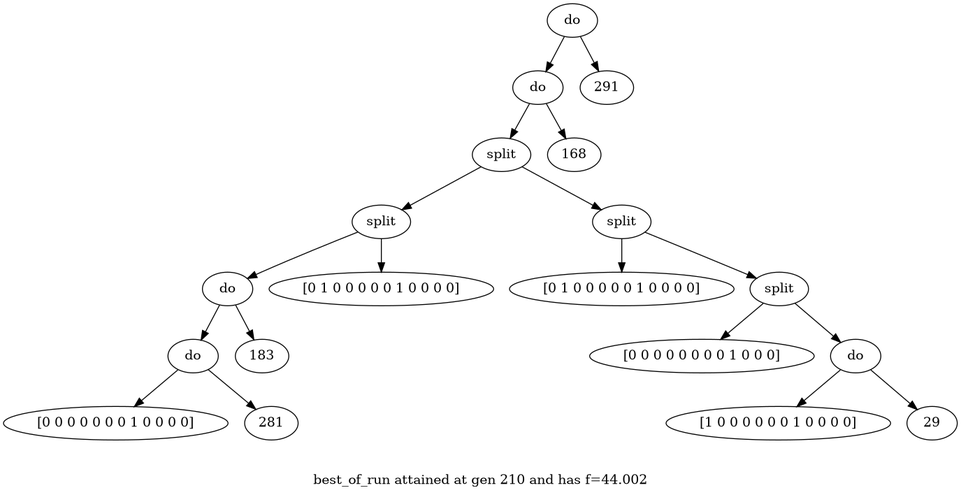
This is best_of_run_V2.gv.png from BryanAnderson2019/dissertation, a Graphviz export, as it was before one commit. Its source is kept beside it as best_of_run_V2.gv. The source it was exported from:
```dot
digraph {
	graph [label="

best_of_run attained at gen 210 and has f=44.002"]
	0 [label=do]
	0 -> 1
	1 [label=do]
	1 -> 2
	2 [label=split]
	2 -> 3
	3 [label=split]
	3 -> 4
	4 [label=do]
	4 -> 5
	5 [label=do]
	5 -> 6
	6 [label="[0 0 0 0 0 0 0 1 0 0 0 0]"]
	5 -> 7
	7 [label=281]
	4 -> 8
	8 [label=183]
	3 -> 9
	9 [label="[0 1 0 0 0 0 0 1 0 0 0 0]"]
	2 -> 10
	10 [label=split]
	10 -> 11
	11 [label="[0 1 0 0 0 0 0 1 0 0 0 0]"]
	10 -> 12
	12 [label=split]
	12 -> 13
	13 [label="[0 0 0 0 0 0 0 0 1 0 0 0]"]
	12 -> 14
	14 [label=do]
	14 -> 15
	15 [label="[1 0 0 0 0 0 0 1 0 0 0 0]"]
	14 -> 16
	16 [label=29]
	1 -> 17
	17 [label=168]
	0 -> 18
	18 [label=291]
}
```
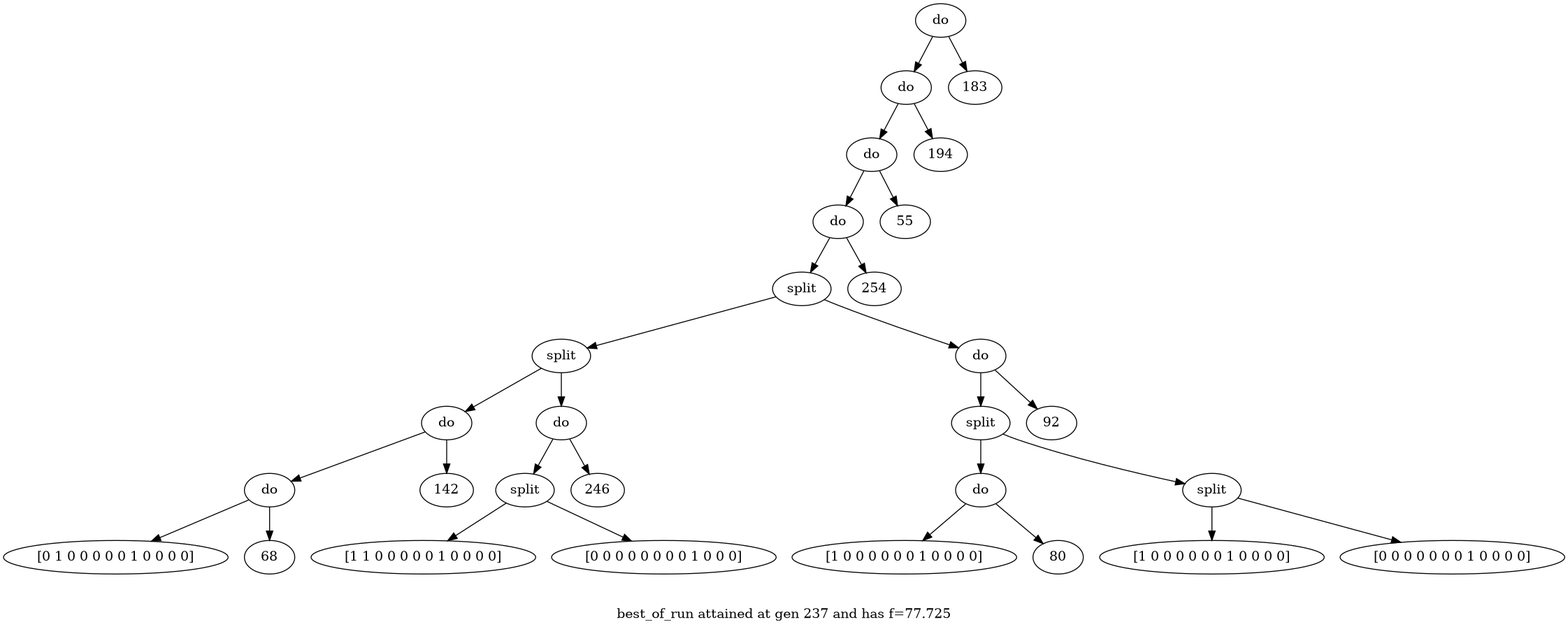
Above is the later version.

Change to the diagram source:
```diff
@@ -1,42 +1,62 @@
 digraph {
 	graph [label="
 
-best_of_run attained at gen 210 and has f=44.002"]
+best_of_run attained at gen 237 and has f=77.725"]
 	0 [label=do]
 	0 -> 1
 	1 [label=do]
 	1 -> 2
-	2 [label=split]
+	2 [label=do]
 	2 -> 3
-	3 [label=split]
+	3 [label=do]
 	3 -> 4
-	4 [label=do]
+	4 [label=split]
 	4 -> 5
-	5 [label=do]
+	5 [label=split]
 	5 -> 6
-	6 [label="[0 0 0 0 0 0 0 1 0 0 0 0]"]
-	5 -> 7
-	7 [label=281]
-	4 -> 8
-	8 [label=183]
-	3 -> 9
-	9 [label="[0 1 0 0 0 0 0 1 0 0 0 0]"]
-	2 -> 10
-	10 [label=split]
-	10 -> 11
-	11 [label="[0 1 0 0 0 0 0 1 0 0 0 0]"]
-	10 -> 12
+	6 [label=do]
+	6 -> 7
+	7 [label=do]
+	7 -> 8
+	8 [label="[0 1 0 0 0 0 0 1 0 0 0 0]"]
+	7 -> 9
+	9 [label=68]
+	6 -> 10
+	10 [label=142]
+	5 -> 11
+	11 [label=do]
+	11 -> 12
 	12 [label=split]
 	12 -> 13
-	13 [label="[0 0 0 0 0 0 0 0 1 0 0 0]"]
+	13 [label="[1 1 0 0 0 0 0 1 0 0 0 0]"]
 	12 -> 14
-	14 [label=do]
-	14 -> 15
-	15 [label="[1 0 0 0 0 0 0 1 0 0 0 0]"]
-	14 -> 16
-	16 [label=29]
-	1 -> 17
-	17 [label=168]
-	0 -> 18
-	18 [label=291]
+	14 [label="[0 0 0 0 0 0 0 0 1 0 0 0]"]
+	11 -> 15
+	15 [label=246]
+	4 -> 16
+	16 [label=do]
+	16 -> 17
+	17 [label=split]
+	17 -> 18
+	18 [label=do]
+	18 -> 19
+	19 [label="[1 0 0 0 0 0 0 1 0 0 0 0]"]
+	18 -> 20
+	20 [label=80]
+	17 -> 21
+	21 [label=split]
+	21 -> 22
+	22 [label="[1 0 0 0 0 0 0 1 0 0 0 0]"]
+	21 -> 23
+	23 [label="[0 0 0 0 0 0 0 1 0 0 0 0]"]
+	16 -> 24
+	24 [label=92]
+	3 -> 25
+	25 [label=254]
+	2 -> 26
+	26 [label=55]
+	1 -> 27
+	27 [label=194]
+	0 -> 28
+	28 [label=183]
 }
```
